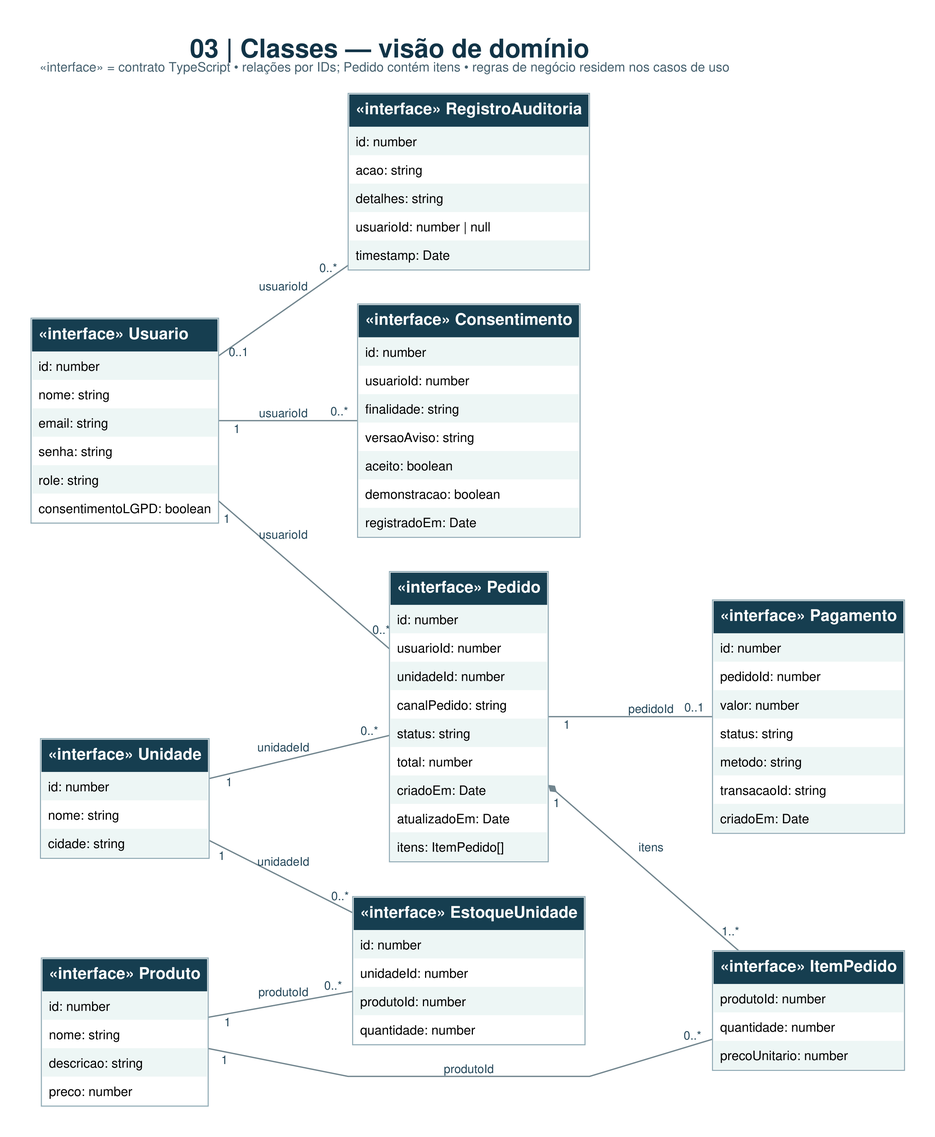
Above: docs/diagramas/03_classes.png in angelicafolgado/raizes-do-nordeste (Graphviz), before the change. Its source is kept beside it as docs/diagramas/03_classes.dot.
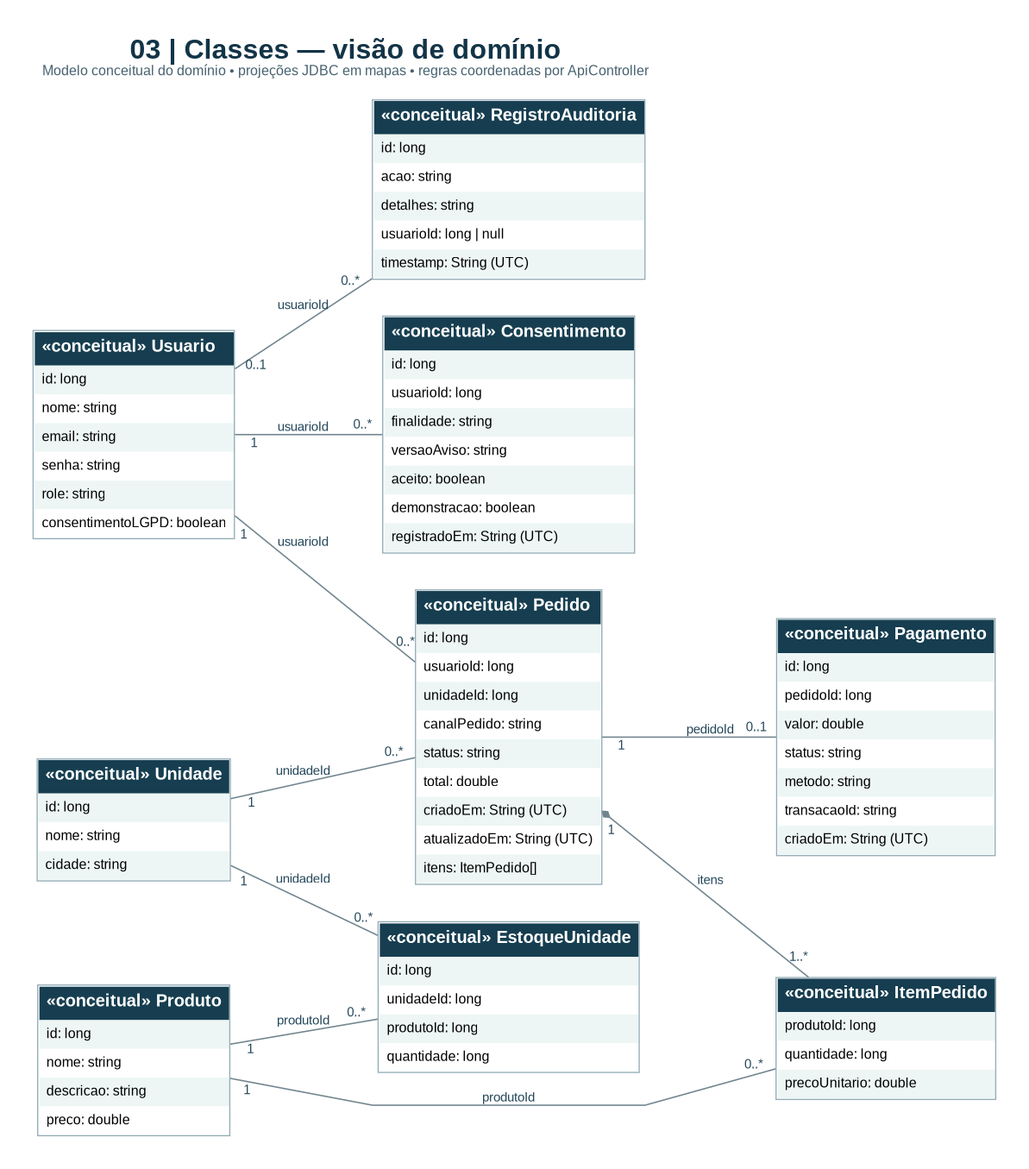
The same diagram one commit later.

Change to the diagram source:
```diff
@@ -1,16 +1,16 @@
 digraph G {
-graph [rankdir=LR, bgcolor="white", pad="0.4", nodesep="0.45", ranksep="1.0", splines=polyline, outputorder=edgesfirst, fontname="Arial", labelloc=t, labeljust=l, label=<<FONT POINT-SIZE="24" COLOR="#123447"><B>03 | Classes — visão de domínio</B></FONT><BR/><FONT POINT-SIZE="12" COLOR="#46616f">«interface» = contrato TypeScript • relações por IDs; Pedido contém itens • regras de negócio residem nos casos de uso</FONT><BR/><BR/>>];
+graph [rankdir=LR, bgcolor="white", pad="0.4", nodesep="0.45", ranksep="1.0", splines=polyline, outputorder=edgesfirst, fontname="Arial", labelloc=t, labeljust=l, label=<<FONT POINT-SIZE="24" COLOR="#123447"><B>03 | Classes — visão de domínio</B></FONT><BR/><FONT POINT-SIZE="12" COLOR="#46616f">Modelo conceitual do domínio • projeções JDBC em mapas • regras coordenadas por ApiController</FONT><BR/><BR/>>];
 node [shape=plain, fontname="Arial", fontsize=12];
 edge [fontname="Arial", fontsize=11, color="#71858e", fontcolor="#24475a", penwidth=1.2, arrowsize=0.7];
-Consentimento [label=<<TABLE BORDER="1" COLOR="#92acb6" CELLBORDER="0" CELLSPACING="0" CELLPADDING="6"><TR><TD ALIGN="LEFT" BGCOLOR="#163e50"><FONT COLOR="white" POINT-SIZE="15"><B>«interface» Consentimento</B></FONT></TD></TR><TR><TD ALIGN="LEFT" BGCOLOR="#edf6f5">id: number</TD></TR><TR><TD ALIGN="LEFT" BGCOLOR="#ffffff">usuarioId: number</TD></TR><TR><TD ALIGN="LEFT" BGCOLOR="#edf6f5">finalidade: string</TD></TR><TR><TD ALIGN="LEFT" BGCOLOR="#ffffff">versaoAviso: string</TD></TR><TR><TD ALIGN="LEFT" BGCOLOR="#edf6f5">aceito: boolean</TD></TR><TR><TD ALIGN="LEFT" BGCOLOR="#ffffff">demonstracao: boolean</TD></TR><TR><TD ALIGN="LEFT" BGCOLOR="#edf6f5">registradoEm: Date</TD></TR></TABLE>>];
-EstoqueUnidade [label=<<TABLE BORDER="1" COLOR="#92acb6" CELLBORDER="0" CELLSPACING="0" CELLPADDING="6"><TR><TD ALIGN="LEFT" BGCOLOR="#163e50"><FONT COLOR="white" POINT-SIZE="15"><B>«interface» EstoqueUnidade</B></FONT></TD></TR><TR><TD ALIGN="LEFT" BGCOLOR="#edf6f5">id: number</TD></TR><TR><TD ALIGN="LEFT" BGCOLOR="#ffffff">unidadeId: number</TD></TR><TR><TD ALIGN="LEFT" BGCOLOR="#edf6f5">produtoId: number</TD></TR><TR><TD ALIGN="LEFT" BGCOLOR="#ffffff">quantidade: number</TD></TR></TABLE>>];
-Pagamento [label=<<TABLE BORDER="1" COLOR="#92acb6" CELLBORDER="0" CELLSPACING="0" CELLPADDING="6"><TR><TD ALIGN="LEFT" BGCOLOR="#163e50"><FONT COLOR="white" POINT-SIZE="15"><B>«interface» Pagamento</B></FONT></TD></TR><TR><TD ALIGN="LEFT" BGCOLOR="#edf6f5">id: number</TD></TR><TR><TD ALIGN="LEFT" BGCOLOR="#ffffff">pedidoId: number</TD></TR><TR><TD ALIGN="LEFT" BGCOLOR="#edf6f5">valor: number</TD></TR><TR><TD ALIGN="LEFT" BGCOLOR="#ffffff">status: string</TD></TR><TR><TD ALIGN="LEFT" BGCOLOR="#edf6f5">metodo: string</TD></TR><TR><TD ALIGN="LEFT" BGCOLOR="#ffffff">transacaoId: string</TD></TR><TR><TD ALIGN="LEFT" BGCOLOR="#edf6f5">criadoEm: Date</TD></TR></TABLE>>];
-ItemPedido [label=<<TABLE BORDER="1" COLOR="#92acb6" CELLBORDER="0" CELLSPACING="0" CELLPADDING="6"><TR><TD ALIGN="LEFT" BGCOLOR="#163e50"><FONT COLOR="white" POINT-SIZE="15"><B>«interface» ItemPedido</B></FONT></TD></TR><TR><TD ALIGN="LEFT" BGCOLOR="#edf6f5">produtoId: number</TD></TR><TR><TD ALIGN="LEFT" BGCOLOR="#ffffff">quantidade: number</TD></TR><TR><TD ALIGN="LEFT" BGCOLOR="#edf6f5">precoUnitario: number</TD></TR></TABLE>>];
-Pedido [label=<<TABLE BORDER="1" COLOR="#92acb6" CELLBORDER="0" CELLSPACING="0" CELLPADDING="6"><TR><TD ALIGN="LEFT" BGCOLOR="#163e50"><FONT COLOR="white" POINT-SIZE="15"><B>«interface» Pedido</B></FONT></TD></TR><TR><TD ALIGN="LEFT" BGCOLOR="#edf6f5">id: number</TD></TR><TR><TD ALIGN="LEFT" BGCOLOR="#ffffff">usuarioId: number</TD></TR><TR><TD ALIGN="LEFT" BGCOLOR="#edf6f5">unidadeId: number</TD></TR><TR><TD ALIGN="LEFT" BGCOLOR="#ffffff">canalPedido: string</TD></TR><TR><TD ALIGN="LEFT" BGCOLOR="#edf6f5">status: string</TD></TR><TR><TD ALIGN="LEFT" BGCOLOR="#ffffff">total: number</TD></TR><TR><TD ALIGN="LEFT" BGCOLOR="#edf6f5">criadoEm: Date</TD></TR><TR><TD ALIGN="LEFT" BGCOLOR="#ffffff">atualizadoEm: Date</TD></TR><TR><TD ALIGN="LEFT" BGCOLOR="#edf6f5">itens: ItemPedido[]</TD></TR></TABLE>>];
-Produto [label=<<TABLE BORDER="1" COLOR="#92acb6" CELLBORDER="0" CELLSPACING="0" CELLPADDING="6"><TR><TD ALIGN="LEFT" BGCOLOR="#163e50"><FONT COLOR="white" POINT-SIZE="15"><B>«interface» Produto</B></FONT></TD></TR><TR><TD ALIGN="LEFT" BGCOLOR="#edf6f5">id: number</TD></TR><TR><TD ALIGN="LEFT" BGCOLOR="#ffffff">nome: string</TD></TR><TR><TD ALIGN="LEFT" BGCOLOR="#edf6f5">descricao: string</TD></TR><TR><TD ALIGN="LEFT" BGCOLOR="#ffffff">preco: number</TD></TR></TABLE>>];
-RegistroAuditoria [label=<<TABLE BORDER="1" COLOR="#92acb6" CELLBORDER="0" CELLSPACING="0" CELLPADDING="6"><TR><TD ALIGN="LEFT" BGCOLOR="#163e50"><FONT COLOR="white" POINT-SIZE="15"><B>«interface» RegistroAuditoria</B></FONT></TD></TR><TR><TD ALIGN="LEFT" BGCOLOR="#edf6f5">id: number</TD></TR><TR><TD ALIGN="LEFT" BGCOLOR="#ffffff">acao: string</TD></TR><TR><TD ALIGN="LEFT" BGCOLOR="#edf6f5">detalhes: string</TD></TR><TR><TD ALIGN="LEFT" BGCOLOR="#ffffff">usuarioId: number | null</TD></TR><TR><TD ALIGN="LEFT" BGCOLOR="#edf6f5">timestamp: Date</TD></TR></TABLE>>];
-Unidade [label=<<TABLE BORDER="1" COLOR="#92acb6" CELLBORDER="0" CELLSPACING="0" CELLPADDING="6"><TR><TD ALIGN="LEFT" BGCOLOR="#163e50"><FONT COLOR="white" POINT-SIZE="15"><B>«interface» Unidade</B></FONT></TD></TR><TR><TD ALIGN="LEFT" BGCOLOR="#edf6f5">id: number</TD></TR><TR><TD ALIGN="LEFT" BGCOLOR="#ffffff">nome: string</TD></TR><TR><TD ALIGN="LEFT" BGCOLOR="#edf6f5">cidade: string</TD></TR></TABLE>>];
-Usuario [label=<<TABLE BORDER="1" COLOR="#92acb6" CELLBORDER="0" CELLSPACING="0" CELLPADDING="6"><TR><TD ALIGN="LEFT" BGCOLOR="#163e50"><FONT COLOR="white" POINT-SIZE="15"><B>«interface» Usuario</B></FONT></TD></TR><TR><TD ALIGN="LEFT" BGCOLOR="#edf6f5">id: number</TD></TR><TR><TD ALIGN="LEFT" BGCOLOR="#ffffff">nome: string</TD></TR><TR><TD ALIGN="LEFT" BGCOLOR="#edf6f5">email: string</TD></TR><TR><TD ALIGN="LEFT" BGCOLOR="#ffffff">senha: string</TD></TR><TR><TD ALIGN="LEFT" BGCOLOR="#edf6f5">role: string</TD></TR><TR><TD ALIGN="LEFT" BGCOLOR="#ffffff">consentimentoLGPD: boolean</TD></TR></TABLE>>];
+Consentimento [label=<<TABLE BORDER="1" COLOR="#92acb6" CELLBORDER="0" CELLSPACING="0" CELLPADDING="6"><TR><TD ALIGN="LEFT" BGCOLOR="#163e50"><FONT COLOR="white" POINT-SIZE="15"><B>«conceitual» Consentimento</B></FONT></TD></TR><TR><TD ALIGN="LEFT" BGCOLOR="#edf6f5">id: long</TD></TR><TR><TD ALIGN="LEFT" BGCOLOR="#ffffff">usuarioId: long</TD></TR><TR><TD ALIGN="LEFT" BGCOLOR="#edf6f5">finalidade: string</TD></TR><TR><TD ALIGN="LEFT" BGCOLOR="#ffffff">versaoAviso: string</TD></TR><TR><TD ALIGN="LEFT" BGCOLOR="#edf6f5">aceito: boolean</TD></TR><TR><TD ALIGN="LEFT" BGCOLOR="#ffffff">demonstracao: boolean</TD></TR><TR><TD ALIGN="LEFT" BGCOLOR="#edf6f5">registradoEm: String (UTC)</TD></TR></TABLE>>];
+EstoqueUnidade [label=<<TABLE BORDER="1" COLOR="#92acb6" CELLBORDER="0" CELLSPACING="0" CELLPADDING="6"><TR><TD ALIGN="LEFT" BGCOLOR="#163e50"><FONT COLOR="white" POINT-SIZE="15"><B>«conceitual» EstoqueUnidade</B></FONT></TD></TR><TR><TD ALIGN="LEFT" BGCOLOR="#edf6f5">id: long</TD></TR><TR><TD ALIGN="LEFT" BGCOLOR="#ffffff">unidadeId: long</TD></TR><TR><TD ALIGN="LEFT" BGCOLOR="#edf6f5">produtoId: long</TD></TR><TR><TD ALIGN="LEFT" BGCOLOR="#ffffff">quantidade: long</TD></TR></TABLE>>];
+Pagamento [label=<<TABLE BORDER="1" COLOR="#92acb6" CELLBORDER="0" CELLSPACING="0" CELLPADDING="6"><TR><TD ALIGN="LEFT" BGCOLOR="#163e50"><FONT COLOR="white" POINT-SIZE="15"><B>«conceitual» Pagamento</B></FONT></TD></TR><TR><TD ALIGN="LEFT" BGCOLOR="#edf6f5">id: long</TD></TR><TR><TD ALIGN="LEFT" BGCOLOR="#ffffff">pedidoId: long</TD></TR><TR><TD ALIGN="LEFT" BGCOLOR="#edf6f5">valor: double</TD></TR><TR><TD ALIGN="LEFT" BGCOLOR="#ffffff">status: string</TD></TR><TR><TD ALIGN="LEFT" BGCOLOR="#edf6f5">metodo: string</TD></TR><TR><TD ALIGN="LEFT" BGCOLOR="#ffffff">transacaoId: string</TD></TR><TR><TD ALIGN="LEFT" BGCOLOR="#edf6f5">criadoEm: String (UTC)</TD></TR></TABLE>>];
+ItemPedido [label=<<TABLE BORDER="1" COLOR="#92acb6" CELLBORDER="0" CELLSPACING="0" CELLPADDING="6"><TR><TD ALIGN="LEFT" BGCOLOR="#163e50"><FONT COLOR="white" POINT-SIZE="15"><B>«conceitual» ItemPedido</B></FONT></TD></TR><TR><TD ALIGN="LEFT" BGCOLOR="#edf6f5">produtoId: long</TD></TR><TR><TD ALIGN="LEFT" BGCOLOR="#ffffff">quantidade: long</TD></TR><TR><TD ALIGN="LEFT" BGCOLOR="#edf6f5">precoUnitario: double</TD></TR></TABLE>>];
+Pedido [label=<<TABLE BORDER="1" COLOR="#92acb6" CELLBORDER="0" CELLSPACING="0" CELLPADDING="6"><TR><TD ALIGN="LEFT" BGCOLOR="#163e50"><FONT COLOR="white" POINT-SIZE="15"><B>«conceitual» Pedido</B></FONT></TD></TR><TR><TD ALIGN="LEFT" BGCOLOR="#edf6f5">id: long</TD></TR><TR><TD ALIGN="LEFT" BGCOLOR="#ffffff">usuarioId: long</TD></TR><TR><TD ALIGN="LEFT" BGCOLOR="#edf6f5">unidadeId: long</TD></TR><TR><TD ALIGN="LEFT" BGCOLOR="#ffffff">canalPedido: string</TD></TR><TR><TD ALIGN="LEFT" BGCOLOR="#edf6f5">status: string</TD></TR><TR><TD ALIGN="LEFT" BGCOLOR="#ffffff">total: double</TD></TR><TR><TD ALIGN="LEFT" BGCOLOR="#edf6f5">criadoEm: String (UTC)</TD></TR><TR><TD ALIGN="LEFT" BGCOLOR="#ffffff">atualizadoEm: String (UTC)</TD></TR><TR><TD ALIGN="LEFT" BGCOLOR="#edf6f5">itens: ItemPedido[]</TD></TR></TABLE>>];
+Produto [label=<<TABLE BORDER="1" COLOR="#92acb6" CELLBORDER="0" CELLSPACING="0" CELLPADDING="6"><TR><TD ALIGN="LEFT" BGCOLOR="#163e50"><FONT COLOR="white" POINT-SIZE="15"><B>«conceitual» Produto</B></FONT></TD></TR><TR><TD ALIGN="LEFT" BGCOLOR="#edf6f5">id: long</TD></TR><TR><TD ALIGN="LEFT" BGCOLOR="#ffffff">nome: string</TD></TR><TR><TD ALIGN="LEFT" BGCOLOR="#edf6f5">descricao: string</TD></TR><TR><TD ALIGN="LEFT" BGCOLOR="#ffffff">preco: double</TD></TR></TABLE>>];
+RegistroAuditoria [label=<<TABLE BORDER="1" COLOR="#92acb6" CELLBORDER="0" CELLSPACING="0" CELLPADDING="6"><TR><TD ALIGN="LEFT" BGCOLOR="#163e50"><FONT COLOR="white" POINT-SIZE="15"><B>«conceitual» RegistroAuditoria</B></FONT></TD></TR><TR><TD ALIGN="LEFT" BGCOLOR="#edf6f5">id: long</TD></TR><TR><TD ALIGN="LEFT" BGCOLOR="#ffffff">acao: string</TD></TR><TR><TD ALIGN="LEFT" BGCOLOR="#edf6f5">detalhes: string</TD></TR><TR><TD ALIGN="LEFT" BGCOLOR="#ffffff">usuarioId: long | null</TD></TR><TR><TD ALIGN="LEFT" BGCOLOR="#edf6f5">timestamp: String (UTC)</TD></TR></TABLE>>];
+Unidade [label=<<TABLE BORDER="1" COLOR="#92acb6" CELLBORDER="0" CELLSPACING="0" CELLPADDING="6"><TR><TD ALIGN="LEFT" BGCOLOR="#163e50"><FONT COLOR="white" POINT-SIZE="15"><B>«conceitual» Unidade</B></FONT></TD></TR><TR><TD ALIGN="LEFT" BGCOLOR="#edf6f5">id: long</TD></TR><TR><TD ALIGN="LEFT" BGCOLOR="#ffffff">nome: string</TD></TR><TR><TD ALIGN="LEFT" BGCOLOR="#edf6f5">cidade: string</TD></TR></TABLE>>];
+Usuario [label=<<TABLE BORDER="1" COLOR="#92acb6" CELLBORDER="0" CELLSPACING="0" CELLPADDING="6"><TR><TD ALIGN="LEFT" BGCOLOR="#163e50"><FONT COLOR="white" POINT-SIZE="15"><B>«conceitual» Usuario</B></FONT></TD></TR><TR><TD ALIGN="LEFT" BGCOLOR="#edf6f5">id: long</TD></TR><TR><TD ALIGN="LEFT" BGCOLOR="#ffffff">nome: string</TD></TR><TR><TD ALIGN="LEFT" BGCOLOR="#edf6f5">email: string</TD></TR><TR><TD ALIGN="LEFT" BGCOLOR="#ffffff">senha: string</TD></TR><TR><TD ALIGN="LEFT" BGCOLOR="#edf6f5">role: string</TD></TR><TR><TD ALIGN="LEFT" BGCOLOR="#ffffff">consentimentoLGPD: boolean</TD></TR></TABLE>>];
 Unidade -> EstoqueUnidade [dir=none, taillabel="1", headlabel="0..*", label="unidadeId", labeldistance=1.9];
 Produto -> EstoqueUnidade [dir=none, taillabel="1", headlabel="0..*", label="produtoId", labeldistance=1.9];
 Usuario -> Pedido [dir=none, taillabel="1", headlabel="0..*", label="usuarioId", labeldistance=1.9];
```
